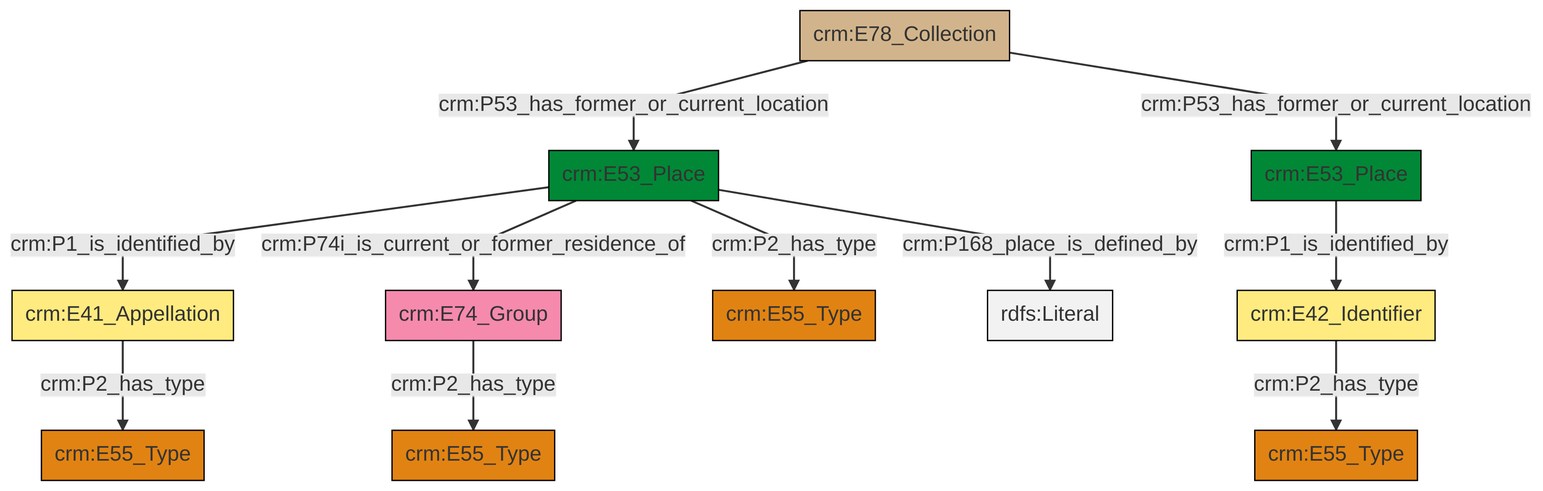
Earlier version of the Mermaid export et/archivalCSV/ttl/mmd/png/archival_location.png (swiss-art-research-net/docs.swissartresearch). Its source is kept beside it as et/archivalCSV/ttl/mmd/archival_location.ttl.mmd.
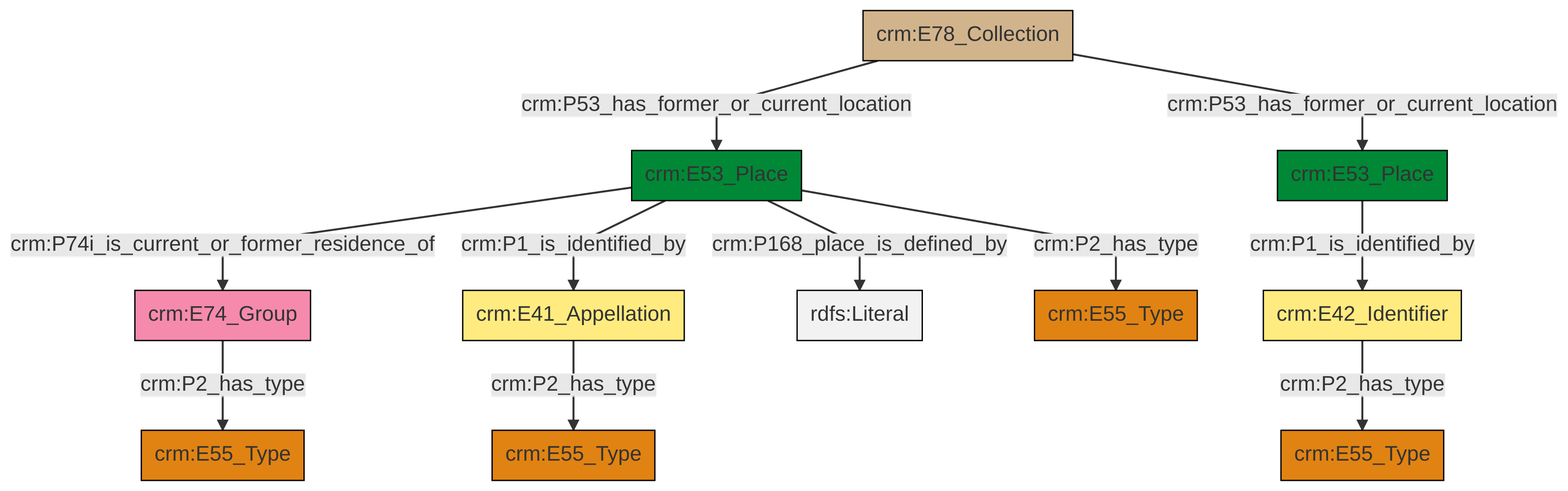
After the commit.

Change to the diagram source:
```diff
@@ -13,13 +13,13 @@
 classDef PC_Classes fill:#4ce600, stroke:#000000;
 classDef Multi fill:#cccccc,stroke:#000000;
 
-0["crm:E53_Place"]:::Place -->|crm:P1_is_identified_by| 1["crm:E42_Identifier"]:::Appellation
-2["crm:E41_Appellation"]:::Appellation -->|crm:P2_has_type| 10["crm:E55_Type"]:::Type
-6["crm:E78_Collection"]:::Physical_Thing -->|crm:P53_has_former_or_current_location| 11["crm:E53_Place"]:::Place
-11["crm:E53_Place"]:::Place -->|crm:P1_is_identified_by| 2["crm:E41_Appellation"]:::Appellation
-11["crm:E53_Place"]:::Place -->|crm:P74i_is_current_or_former_residence_of| 12["crm:E74_Group"]:::Actor
-1["crm:E42_Identifier"]:::Appellation -->|crm:P2_has_type| 16["crm:E55_Type"]:::Type
-11["crm:E53_Place"]:::Place -->|crm:P2_has_type| 4["crm:E55_Type"]:::Type
-11["crm:E53_Place"]:::Place -->|crm:P168_place_is_defined_by| 19[rdfs:Literal]:::Literal
-12["crm:E74_Group"]:::Actor -->|crm:P2_has_type| 8["crm:E55_Type"]:::Type
-6["crm:E78_Collection"]:::Physical_Thing -->|crm:P53_has_former_or_current_location| 0["crm:E53_Place"]:::Place
+0["crm:E53_Place"]:::Place -->|crm:P1_is_identified_by| 2["crm:E42_Identifier"]:::Appellation
+7["crm:E78_Collection"]:::Physical_Thing -->|crm:P53_has_former_or_current_location| 8["crm:E53_Place"]:::Place
+2["crm:E42_Identifier"]:::Appellation -->|crm:P2_has_type| 10["crm:E55_Type"]:::Type
+14["crm:E74_Group"]:::Actor -->|crm:P2_has_type| 11["crm:E55_Type"]:::Type
+8["crm:E53_Place"]:::Place -->|crm:P74i_is_current_or_former_residence_of| 14["crm:E74_Group"]:::Actor
+8["crm:E53_Place"]:::Place -->|crm:P1_is_identified_by| 17["crm:E41_Appellation"]:::Appellation
+8["crm:E53_Place"]:::Place -->|crm:P168_place_is_defined_by| 18[rdfs:Literal]:::Literal
+8["crm:E53_Place"]:::Place -->|crm:P2_has_type| 3["crm:E55_Type"]:::Type
+7["crm:E78_Collection"]:::Physical_Thing -->|crm:P53_has_former_or_current_location| 0["crm:E53_Place"]:::Place
+17["crm:E41_Appellation"]:::Appellation -->|crm:P2_has_type| 5["crm:E55_Type"]:::Type
```
